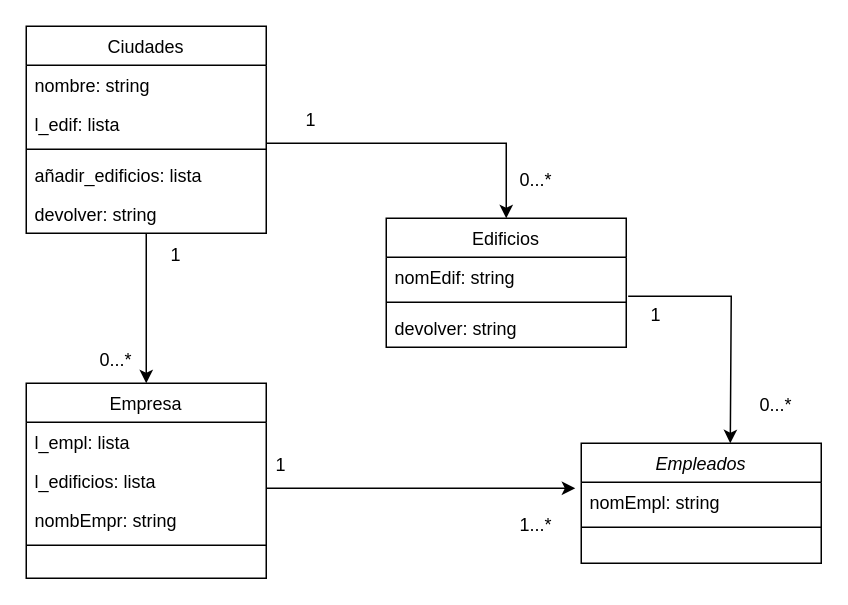
The draw.io diagram dia-siguiente/el-dia-siguiente.drawio in andmansim/Ejercicios-Agregaci-n-y-Composici-n-de-POO, before the edit. Source tidied: cells renumbered, new cells numbered last; positions are measured from the earlier drawing's top-left corner, leaving out a move shared by most shapes. Both pictures are drawn from the tidied source at 150%, with x=0, y=0 at pixel (26, 26).
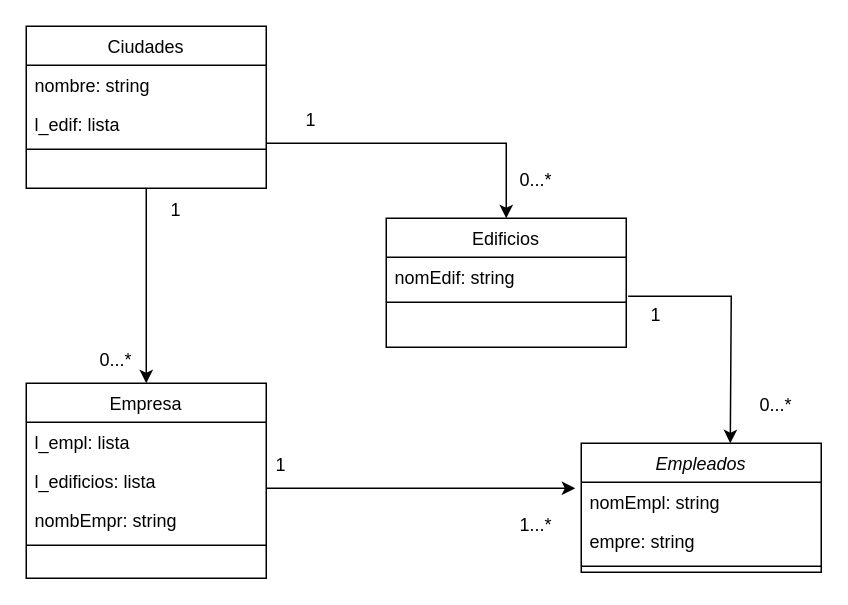
The same page after the edit.

The change refers to these unchanged cells:
```xml
<mxCell id="5" value="Empresa" style="swimlane;fontStyle=0;align=center;verticalAlign=top;horizontal=1;startSize=26;rounded=0;shadow=0;strokeWidth=1;" parent="1" vertex="1">
  <mxGeometry y="238" width="160" height="130" as="geometry" />
</mxCell>
<mxCell id="10" value="Edificios" style="swimlane;fontStyle=0;align=center;verticalAlign=top;horizontal=1;startSize=26;rounded=0;shadow=0;strokeWidth=1;" parent="1" vertex="1">
  <mxGeometry x="240" y="128" width="160" height="86" as="geometry" />
</mxCell>
```

Change to the diagram source:
```diff
@@
     <mxCell id="2" value="Empleados" style="swimlane;fontStyle=2;align=center;verticalAlign=top;horizontal=1;startSize=26;rounded=0;shadow=0;strokeWidth=1;" parent="1" vertex="1">
-      <mxGeometry x="370" y="278" width="160" height="80" as="geometry" />
+      <mxGeometry x="370" y="278" width="160" height="86" as="geometry" />
     </mxCell>
@@
+    <mxCell id="32" value="empre: string" style="text;align=left;verticalAlign=top;spacingLeft=4;spacingRight=4;overflow=hidden;" parent="2" vertex="1">
+      <mxGeometry y="52" width="160" height="26" as="geometry" />
+    </mxCell>
     <mxCell id="4" style="line;html=1;strokeWidth=1;align=left;verticalAlign=middle;spacingTop=-1;spacingLeft=3;spacingRight=3;labelPosition=right;" parent="2" vertex="1">
-      <mxGeometry y="52" width="160" height="8" as="geometry" />
+      <mxGeometry y="78" width="160" height="8" as="geometry" />
     </mxCell>
@@
-    <mxCell id="13" value="devolver: string" style="text;align=left;verticalAlign=top;spacingLeft=4;spacingRight=4;overflow=hidden;" parent="10" vertex="1">
-      <mxGeometry y="60" width="160" height="26" as="geometry" />
-    </mxCell>
     <mxCell id="14" value="Ciudades" style="swimlane;fontStyle=0;align=center;verticalAlign=top;horizontal=1;startSize=26;rounded=0;shadow=0;strokeWidth=1;" parent="1" vertex="1">
-      <mxGeometry width="160" height="138" as="geometry" />
+      <mxGeometry width="160" height="108" as="geometry" />
     </mxCell>
@@
-    <mxCell id="18" value="añadir_edificios: lista" style="text;align=left;verticalAlign=top;spacingLeft=4;spacingRight=4;overflow=hidden;" parent="14" vertex="1">
-      <mxGeometry y="86" width="160" height="26" as="geometry" />
-    </mxCell>
-    <mxCell id="19" style="endArrow=classic;html=1;rounded=0;entryX=0.5;entryY=0;entryDx=0;entryDy=0;" parent="14" edge="1" target="5">
-      <mxGeometry relative="1" as="geometry">
-        <mxPoint x="80" y="138" as="sourcePoint" />
-      </mxGeometry>
-    </mxCell>
-    <mxCell id="20" value="devolver: string" style="text;align=left;verticalAlign=top;spacingLeft=4;spacingRight=4;overflow=hidden;" parent="14" vertex="1">
-      <mxGeometry y="112" width="160" height="26" as="geometry" />
-    </mxCell>
@@
     <mxCell id="24" value="1" style="text;html=1;strokeColor=none;fillColor=none;align=center;verticalAlign=middle;whiteSpace=wrap;rounded=0;" parent="1" vertex="1">
-      <mxGeometry x="70" y="138" width="60" height="30" as="geometry" />
+      <mxGeometry x="70" y="108" width="60" height="30" as="geometry" />
     </mxCell>
@@
+    <mxCell id="19" style="endArrow=classic;html=1;rounded=0;entryX=0.5;entryY=0;entryDx=0;entryDy=0;exitX=0.5;exitY=1;exitDx=0;exitDy=0;" parent="1" edge="1" source="14" target="5">
+      <mxGeometry relative="1" as="geometry" />
+    </mxCell>
```
